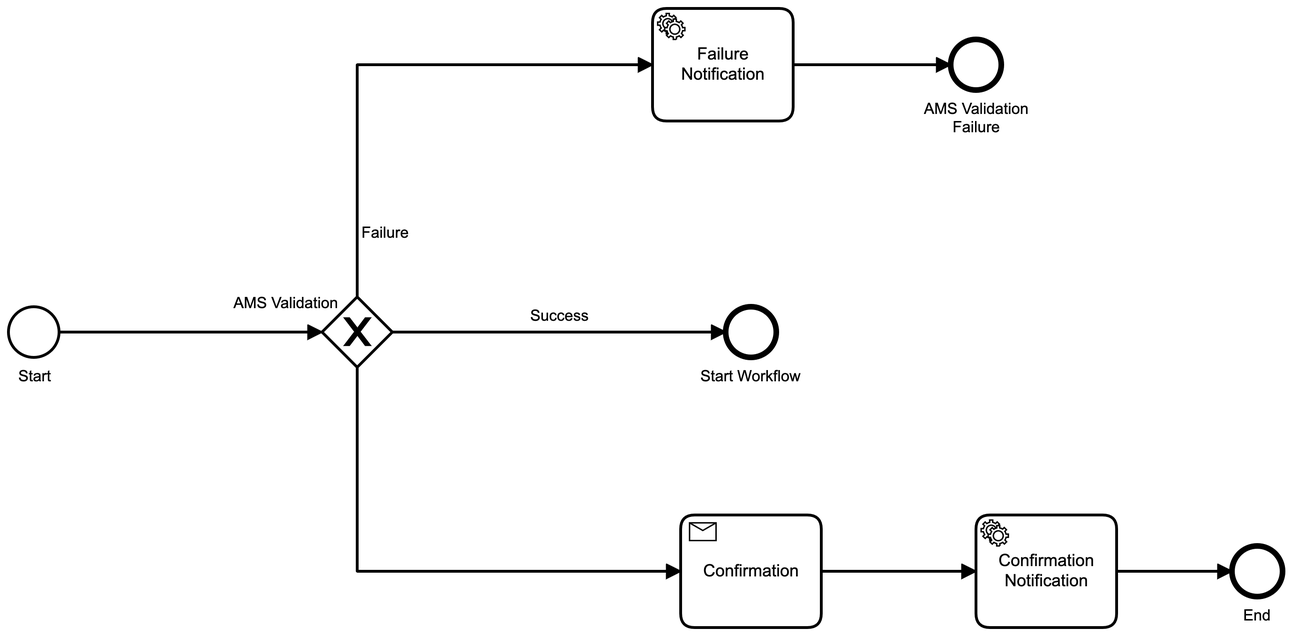
Earlier version of the BPMN export orchestration/bpmn/paybill_workflow.png (fynarfin/ph-ee-env-labs). Its source is kept beside it as orchestration/feel/paybill_workflow.bpmn. Ids are renumbered. Its diagram source:
```xml
<bpmn:definitions xmlns:bpmn="http://www.omg.org/spec/BPMN/20100524/MODEL" xmlns:bpmndi="http://www.omg.org/spec/BPMN/20100524/DI" xmlns:dc="http://www.omg.org/spec/DD/20100524/DC" xmlns:di="http://www.omg.org/spec/DD/20100524/DI" xmlns:modeler="http://camunda.org/schema/modeler/1.0" id="Definitions_n1" targetNamespace="http://bpmn.io/schema/bpmn" exporter="Zeebe Modeler" exporterVersion="0.11.0" modeler:executionPlatform="Camunda Cloud" modeler:executionPlatformVersion="8.0.0">
  <bpmn:process id="Process_n2" isExecutable="true">
    <bpmn:startEvent id="StartEvent_1" name="Start">
      <bpmn:outgoing>Flow_n3</bpmn:outgoing>
    </bpmn:startEvent>
    <bpmn:endEvent id="Event_n4" name="AMS Validation Failure">
      <bpmn:incoming>Flow_n5</bpmn:incoming>
    </bpmn:endEvent>
    <bpmn:endEvent id="Event_n6" name="End">
      <bpmn:incoming>Flow_n7</bpmn:incoming>
    </bpmn:endEvent>
    <bpmn:receiveTask id="Activity_n8" name="Confirmation">
      <bpmn:incoming>Flow_n9</bpmn:incoming>
      <bpmn:outgoing>Flow_n10</bpmn:outgoing>
    </bpmn:receiveTask>
    <bpmn:sequenceFlow id="Flow_n3" sourceRef="StartEvent_1" targetRef="Gateway_n11" />
    <bpmn:exclusiveGateway id="Gateway_n11" name="AMS Validation">
      <bpmn:incoming>Flow_n3</bpmn:incoming>
      <bpmn:outgoing>Flow_n12</bpmn:outgoing>
      <bpmn:outgoing>Flow_n9</bpmn:outgoing>
      <bpmn:outgoing>Flow_n13</bpmn:outgoing>
    </bpmn:exclusiveGateway>
    <bpmn:endEvent id="Event_n14" name="Start Workflow">
      <bpmn:incoming>Flow_n12</bpmn:incoming>
    </bpmn:endEvent>
    <bpmn:sequenceFlow id="Flow_n12" name="Success" sourceRef="Gateway_n11" targetRef="Event_n14" />
    <bpmn:sequenceFlow id="Flow_n9" sourceRef="Gateway_n11" targetRef="Activity_n8" />
    <bpmn:serviceTask id="Activity_n15" name="Failure Notification">
      <bpmn:incoming>Flow_n13</bpmn:incoming>
      <bpmn:outgoing>Flow_n5</bpmn:outgoing>
    </bpmn:serviceTask>
    <bpmn:sequenceFlow id="Flow_n13" name="Failure" sourceRef="Gateway_n11" targetRef="Activity_n15" />
    <bpmn:sequenceFlow id="Flow_n5" sourceRef="Activity_n15" targetRef="Event_n4" />
    <bpmn:sequenceFlow id="Flow_n10" sourceRef="Activity_n8" targetRef="Activity_n16" />
    <bpmn:sequenceFlow id="Flow_n7" sourceRef="Activity_n16" targetRef="Event_n6" />
    <bpmn:serviceTask id="Activity_n16" name="Confirmation Notification">
      <bpmn:incoming>Flow_n10</bpmn:incoming>
      <bpmn:outgoing>Flow_n7</bpmn:outgoing>
    </bpmn:serviceTask>
  </bpmn:process>
  <bpmndi:BPMNDiagram id="BPMNDiagram_1">
    <bpmndi:BPMNPlane id="BPMNPlane_1" bpmnElement="Process_n2">
      <bpmndi:BPMNEdge id="Flow_n3_di" bpmnElement="Flow_n3">
        <di:waypoint x="188" y="330" />
        <di:waypoint x="375" y="330" />
      </bpmndi:BPMNEdge>
      <bpmndi:BPMNEdge id="Flow_n12_di" bpmnElement="Flow_n12">
        <di:waypoint x="425" y="330" />
        <di:waypoint x="662" y="330" />
        <bpmndi:BPMNLabel>
          <dc:Bounds x="523" y="312" width="42" height="14" />
        </bpmndi:BPMNLabel>
      </bpmndi:BPMNEdge>
      <bpmndi:BPMNEdge id="Flow_n9_di" bpmnElement="Flow_n9">
        <di:waypoint x="400" y="355" />
        <di:waypoint x="400" y="500" />
        <di:waypoint x="630" y="500" />
      </bpmndi:BPMNEdge>
      <bpmndi:BPMNEdge id="Flow_n13_di" bpmnElement="Flow_n13">
        <di:waypoint x="400" y="305" />
        <di:waypoint x="400" y="140" />
        <di:waypoint x="610" y="140" />
        <bpmndi:BPMNLabel>
          <dc:Bounds x="403" y="253" width="34" height="14" />
        </bpmndi:BPMNLabel>
      </bpmndi:BPMNEdge>
      <bpmndi:BPMNEdge id="Flow_n5_di" bpmnElement="Flow_n5">
        <di:waypoint x="710" y="140" />
        <di:waypoint x="822" y="140" />
      </bpmndi:BPMNEdge>
      <bpmndi:BPMNEdge id="Flow_n10_di" bpmnElement="Flow_n10">
        <di:waypoint x="730" y="500" />
        <di:waypoint x="840" y="500" />
      </bpmndi:BPMNEdge>
      <bpmndi:BPMNEdge id="Flow_n7_di" bpmnElement="Flow_n7">
        <di:waypoint x="940" y="500" />
        <di:waypoint x="1022" y="500" />
      </bpmndi:BPMNEdge>
      <bpmndi:BPMNShape id="Gateway_n11_di" bpmnElement="Gateway_n11" isMarkerVisible="true">
        <dc:Bounds x="375" y="305" width="50" height="50" />
        <bpmndi:BPMNLabel>
          <dc:Bounds x="312" y="303" width="75" height="14" />
        </bpmndi:BPMNLabel>
      </bpmndi:BPMNShape>
      <bpmndi:BPMNShape id="Event_n14_di" bpmnElement="Event_n14">
        <dc:Bounds x="662" y="312" width="36" height="36" />
        <bpmndi:BPMNLabel>
          <dc:Bounds x="644" y="355" width="72" height="14" />
        </bpmndi:BPMNLabel>
      </bpmndi:BPMNShape>
      <bpmndi:BPMNShape id="_BPMNShape_StartEvent_2" bpmnElement="StartEvent_1">
        <dc:Bounds x="152" y="312" width="36" height="36" />
        <bpmndi:BPMNLabel>
          <dc:Bounds x="159" y="355" width="24" height="14" />
        </bpmndi:BPMNLabel>
      </bpmndi:BPMNShape>
      <bpmndi:BPMNShape id="Activity_1ldxm56_di" bpmnElement="Activity_n8">
        <dc:Bounds x="630" y="460" width="100" height="80" />
      </bpmndi:BPMNShape>
      <bpmndi:BPMNShape id="Activity_0tkzahy_di" bpmnElement="Activity_n15">
        <dc:Bounds x="610" y="100" width="100" height="80" />
      </bpmndi:BPMNShape>
      <bpmndi:BPMNShape id="Event_n4_di" bpmnElement="Event_n4">
        <dc:Bounds x="822" y="122" width="36" height="36" />
        <bpmndi:BPMNLabel>
          <dc:Bounds x="803" y="165" width="75" height="27" />
        </bpmndi:BPMNLabel>
      </bpmndi:BPMNShape>
      <bpmndi:BPMNShape id="Event_n6_di" bpmnElement="Event_n6">
        <dc:Bounds x="1022" y="482" width="36" height="36" />
        <bpmndi:BPMNLabel>
          <dc:Bounds x="1030" y="525" width="20" height="14" />
        </bpmndi:BPMNLabel>
      </bpmndi:BPMNShape>
      <bpmndi:BPMNShape id="Activity_05b1gt3_di" bpmnElement="Activity_n16">
        <dc:Bounds x="840" y="460" width="100" height="80" />
      </bpmndi:BPMNShape>
    </bpmndi:BPMNPlane>
  </bpmndi:BPMNDiagram>
</bpmn:definitions>
```
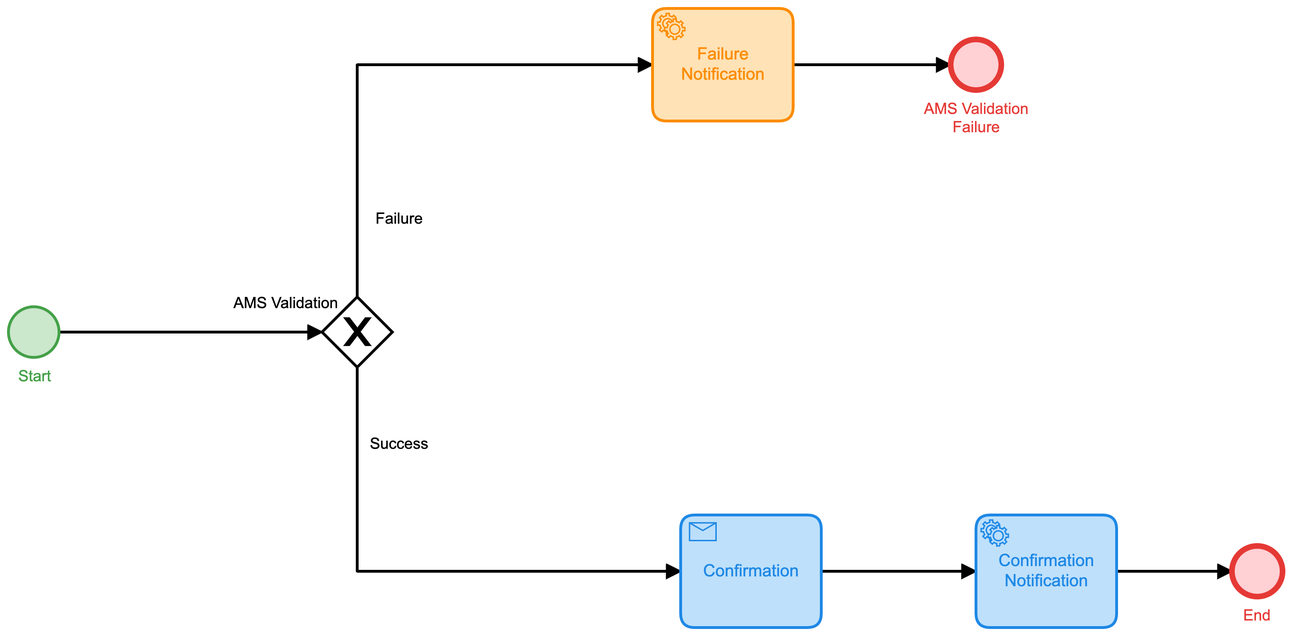
After the commit.

Commit message:
updated bpmn diagram

The edit, as a diff of the source:
```diff
@@ -1,8 +1,5 @@
-<bpmn:definitions xmlns:bpmn="http://www.omg.org/spec/BPMN/20100524/MODEL" xmlns:bpmndi="http://www.omg.org/spec/BPMN/20100524/DI" xmlns:dc="http://www.omg.org/spec/DD/20100524/DC" xmlns:di="http://www.omg.org/spec/DD/20100524/DI" xmlns:modeler="http://camunda.org/schema/modeler/1.0" id="Definitions_n1" targetNamespace="http://bpmn.io/schema/bpmn" exporter="Zeebe Modeler" exporterVersion="0.11.0" modeler:executionPlatform="Camunda Cloud" modeler:executionPlatformVersion="8.0.0">
+<bpmn:definitions xmlns:bpmn="http://www.omg.org/spec/BPMN/20100524/MODEL" xmlns:bpmndi="http://www.omg.org/spec/BPMN/20100524/DI" xmlns:dc="http://www.omg.org/spec/DD/20100524/DC" xmlns:di="http://www.omg.org/spec/DD/20100524/DI" xmlns:bioc="http://bpmn.io/schema/bpmn/biocolor/1.0" xmlns:modeler="http://camunda.org/schema/modeler/1.0" id="Definitions_n1" targetNamespace="http://bpmn.io/schema/bpmn" exporter="Zeebe Modeler" exporterVersion="0.11.0" modeler:executionPlatform="Camunda Cloud" modeler:executionPlatformVersion="8.0.0">
   <bpmn:process id="Process_n2" isExecutable="true">
-    <bpmn:startEvent id="StartEvent_1" name="Start">
-      <bpmn:outgoing>Flow_n3</bpmn:outgoing>
-    </bpmn:startEvent>
     <bpmn:endEvent id="Event_n4" name="AMS Validation Failure">
       <bpmn:incoming>Flow_n5</bpmn:incoming>
     </bpmn:endEvent>
@@ -13,18 +10,12 @@
       <bpmn:incoming>Flow_n9</bpmn:incoming>
       <bpmn:outgoing>Flow_n10</bpmn:outgoing>
     </bpmn:receiveTask>
-    <bpmn:sequenceFlow id="Flow_n3" sourceRef="StartEvent_1" targetRef="Gateway_n11" />
     <bpmn:exclusiveGateway id="Gateway_n11" name="AMS Validation">
       <bpmn:incoming>Flow_n3</bpmn:incoming>
-      <bpmn:outgoing>Flow_n12</bpmn:outgoing>
       <bpmn:outgoing>Flow_n9</bpmn:outgoing>
       <bpmn:outgoing>Flow_n13</bpmn:outgoing>
     </bpmn:exclusiveGateway>
-    <bpmn:endEvent id="Event_n14" name="Start Workflow">
-      <bpmn:incoming>Flow_n12</bpmn:incoming>
-    </bpmn:endEvent>
-    <bpmn:sequenceFlow id="Flow_n12" name="Success" sourceRef="Gateway_n11" targetRef="Event_n14" />
-    <bpmn:sequenceFlow id="Flow_n9" sourceRef="Gateway_n11" targetRef="Activity_n8" />
+    <bpmn:sequenceFlow id="Flow_n9" name="Success" sourceRef="Gateway_n11" targetRef="Activity_n8" />
     <bpmn:serviceTask id="Activity_n15" name="Failure Notification">
       <bpmn:incoming>Flow_n13</bpmn:incoming>
       <bpmn:outgoing>Flow_n5</bpmn:outgoing>
@@ -37,82 +28,76 @@
       <bpmn:incoming>Flow_n10</bpmn:incoming>
       <bpmn:outgoing>Flow_n7</bpmn:outgoing>
     </bpmn:serviceTask>
+    <bpmn:startEvent id="StartEvent_1" name="Start">
+      <bpmn:outgoing>Flow_n3</bpmn:outgoing>
+    </bpmn:startEvent>
+    <bpmn:sequenceFlow id="Flow_n3" sourceRef="StartEvent_1" targetRef="Gateway_n11" />
   </bpmn:process>
   <bpmndi:BPMNDiagram id="BPMNDiagram_1">
     <bpmndi:BPMNPlane id="BPMNPlane_1" bpmnElement="Process_n2">
-      <bpmndi:BPMNEdge id="Flow_n3_di" bpmnElement="Flow_n3">
-        <di:waypoint x="188" y="330" />
-        <di:waypoint x="375" y="330" />
+      <bpmndi:BPMNEdge id="Flow_n7_di" bpmnElement="Flow_n7">
+        <di:waypoint x="940" y="500" />
+        <di:waypoint x="1022" y="500" />
       </bpmndi:BPMNEdge>
-      <bpmndi:BPMNEdge id="Flow_n12_di" bpmnElement="Flow_n12">
-        <di:waypoint x="425" y="330" />
-        <di:waypoint x="662" y="330" />
+      <bpmndi:BPMNEdge id="Flow_n10_di" bpmnElement="Flow_n10">
+        <di:waypoint x="730" y="500" />
+        <di:waypoint x="840" y="500" />
+      </bpmndi:BPMNEdge>
+      <bpmndi:BPMNEdge id="Flow_n5_di" bpmnElement="Flow_n5">
+        <di:waypoint x="710" y="140" />
+        <di:waypoint x="822" y="140" />
+      </bpmndi:BPMNEdge>
+      <bpmndi:BPMNEdge id="Flow_n13_di" bpmnElement="Flow_n13">
+        <di:waypoint x="400" y="305" />
+        <di:waypoint x="400" y="140" />
+        <di:waypoint x="610" y="140" />
         <bpmndi:BPMNLabel>
-          <dc:Bounds x="523" y="312" width="42" height="14" />
+          <dc:Bounds x="413" y="243" width="34" height="14" />
         </bpmndi:BPMNLabel>
       </bpmndi:BPMNEdge>
       <bpmndi:BPMNEdge id="Flow_n9_di" bpmnElement="Flow_n9">
         <di:waypoint x="400" y="355" />
         <di:waypoint x="400" y="500" />
         <di:waypoint x="630" y="500" />
-      </bpmndi:BPMNEdge>
-      <bpmndi:BPMNEdge id="Flow_n13_di" bpmnElement="Flow_n13">
-        <di:waypoint x="400" y="305" />
-        <di:waypoint x="400" y="140" />
-        <di:waypoint x="610" y="140" />
         <bpmndi:BPMNLabel>
-          <dc:Bounds x="403" y="253" width="34" height="14" />
+          <dc:Bounds x="409" y="403" width="42" height="14" />
         </bpmndi:BPMNLabel>
       </bpmndi:BPMNEdge>
-      <bpmndi:BPMNEdge id="Flow_n5_di" bpmnElement="Flow_n5">
-        <di:waypoint x="710" y="140" />
-        <di:waypoint x="822" y="140" />
+      <bpmndi:BPMNEdge id="Flow_n3_di" bpmnElement="Flow_n3">
+        <di:waypoint x="188" y="330" />
+        <di:waypoint x="375" y="330" />
       </bpmndi:BPMNEdge>
-      <bpmndi:BPMNEdge id="Flow_n10_di" bpmnElement="Flow_n10">
-        <di:waypoint x="730" y="500" />
-        <di:waypoint x="840" y="500" />
-      </bpmndi:BPMNEdge>
-      <bpmndi:BPMNEdge id="Flow_n7_di" bpmnElement="Flow_n7">
-        <di:waypoint x="940" y="500" />
-        <di:waypoint x="1022" y="500" />
-      </bpmndi:BPMNEdge>
+      <bpmndi:BPMNShape id="_BPMNShape_StartEvent_2" bpmnElement="StartEvent_1" bioc:stroke="rgb(67, 160, 71)" bioc:fill="rgb(200, 230, 201)">
+        <dc:Bounds x="152" y="312" width="36" height="36" />
+        <bpmndi:BPMNLabel>
+          <dc:Bounds x="159" y="355" width="24" height="14" />
+        </bpmndi:BPMNLabel>
+      </bpmndi:BPMNShape>
+      <bpmndi:BPMNShape id="Event_n4_di" bpmnElement="Event_n4" bioc:stroke="rgb(229, 57, 53)" bioc:fill="rgb(255, 205, 210)">
+        <dc:Bounds x="822" y="122" width="36" height="36" />
+        <bpmndi:BPMNLabel>
+          <dc:Bounds x="803" y="165" width="75" height="27" />
+        </bpmndi:BPMNLabel>
+      </bpmndi:BPMNShape>
+      <bpmndi:BPMNShape id="Event_n6_di" bpmnElement="Event_n6" bioc:stroke="rgb(229, 57, 53)" bioc:fill="rgb(255, 205, 210)">
+        <dc:Bounds x="1022" y="482" width="36" height="36" />
+        <bpmndi:BPMNLabel>
+          <dc:Bounds x="1030" y="525" width="20" height="14" />
+        </bpmndi:BPMNLabel>
+      </bpmndi:BPMNShape>
+      <bpmndi:BPMNShape id="Activity_1ldxm56_di" bpmnElement="Activity_n8" bioc:stroke="rgb(30, 136, 229)" bioc:fill="rgb(187, 222, 251)">
+        <dc:Bounds x="630" y="460" width="100" height="80" />
+      </bpmndi:BPMNShape>
       <bpmndi:BPMNShape id="Gateway_n11_di" bpmnElement="Gateway_n11" isMarkerVisible="true">
         <dc:Bounds x="375" y="305" width="50" height="50" />
         <bpmndi:BPMNLabel>
           <dc:Bounds x="312" y="303" width="75" height="14" />
         </bpmndi:BPMNLabel>
       </bpmndi:BPMNShape>
-      <bpmndi:BPMNShape id="Event_n14_di" bpmnElement="Event_n14">
-        <dc:Bounds x="662" y="312" width="36" height="36" />
-        <bpmndi:BPMNLabel>
-          <dc:Bounds x="644" y="355" width="72" height="14" />
-        </bpmndi:BPMNLabel>
-      </bpmndi:BPMNShape>
-      <bpmndi:BPMNShape id="_BPMNShape_StartEvent_2" bpmnElement="StartEvent_1">
-        <dc:Bounds x="152" y="312" width="36" height="36" />
-        <bpmndi:BPMNLabel>
-          <dc:Bounds x="159" y="355" width="24" height="14" />
-        </bpmndi:BPMNLabel>
-      </bpmndi:BPMNShape>
-      <bpmndi:BPMNShape id="Activity_1ldxm56_di" bpmnElement="Activity_n8">
-        <dc:Bounds x="630" y="460" width="100" height="80" />
-      </bpmndi:BPMNShape>
-      <bpmndi:BPMNShape id="Activity_0tkzahy_di" bpmnElement="Activity_n15">
+      <bpmndi:BPMNShape id="Activity_0tkzahy_di" bpmnElement="Activity_n15" bioc:stroke="rgb(251, 140, 0)" bioc:fill="rgb(255, 224, 178)">
         <dc:Bounds x="610" y="100" width="100" height="80" />
       </bpmndi:BPMNShape>
-      <bpmndi:BPMNShape id="Event_n4_di" bpmnElement="Event_n4">
-        <dc:Bounds x="822" y="122" width="36" height="36" />
-        <bpmndi:BPMNLabel>
-          <dc:Bounds x="803" y="165" width="75" height="27" />
-        </bpmndi:BPMNLabel>
-      </bpmndi:BPMNShape>
-      <bpmndi:BPMNShape id="Event_n6_di" bpmnElement="Event_n6">
-        <dc:Bounds x="1022" y="482" width="36" height="36" />
-        <bpmndi:BPMNLabel>
-          <dc:Bounds x="1030" y="525" width="20" height="14" />
-        </bpmndi:BPMNLabel>
-      </bpmndi:BPMNShape>
-      <bpmndi:BPMNShape id="Activity_05b1gt3_di" bpmnElement="Activity_n16">
+      <bpmndi:BPMNShape id="Activity_05b1gt3_di" bpmnElement="Activity_n16" bioc:stroke="rgb(30, 136, 229)" bioc:fill="rgb(187, 222, 251)">
         <dc:Bounds x="840" y="460" width="100" height="80" />
       </bpmndi:BPMNShape>
     </bpmndi:BPMNPlane>
```
